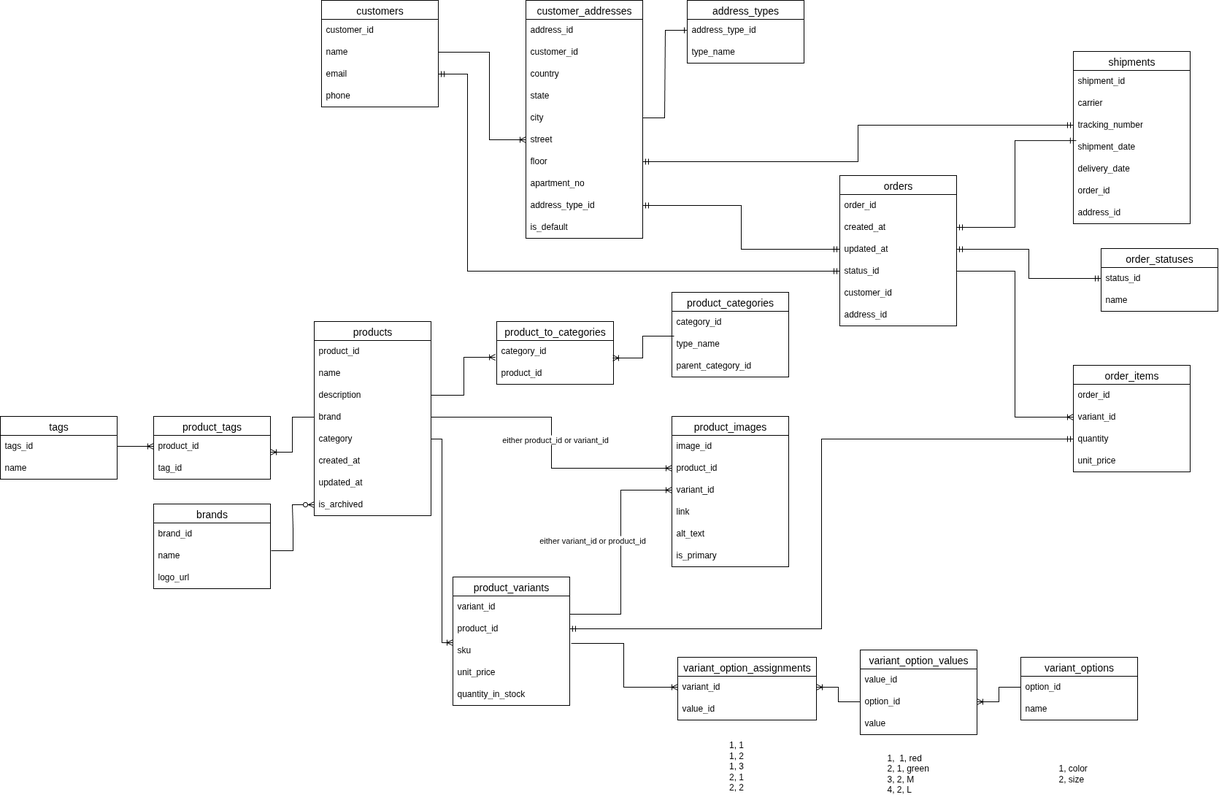
Before: diagrams/my-store-db.drawio.png, a diagram exported from draw.io (venelinpetrov/db-my-store). Source tidied: cells renumbered, new cells last; positions are measured from the earlier drawing's top-left corner, leaving out a move shared by most shapes.
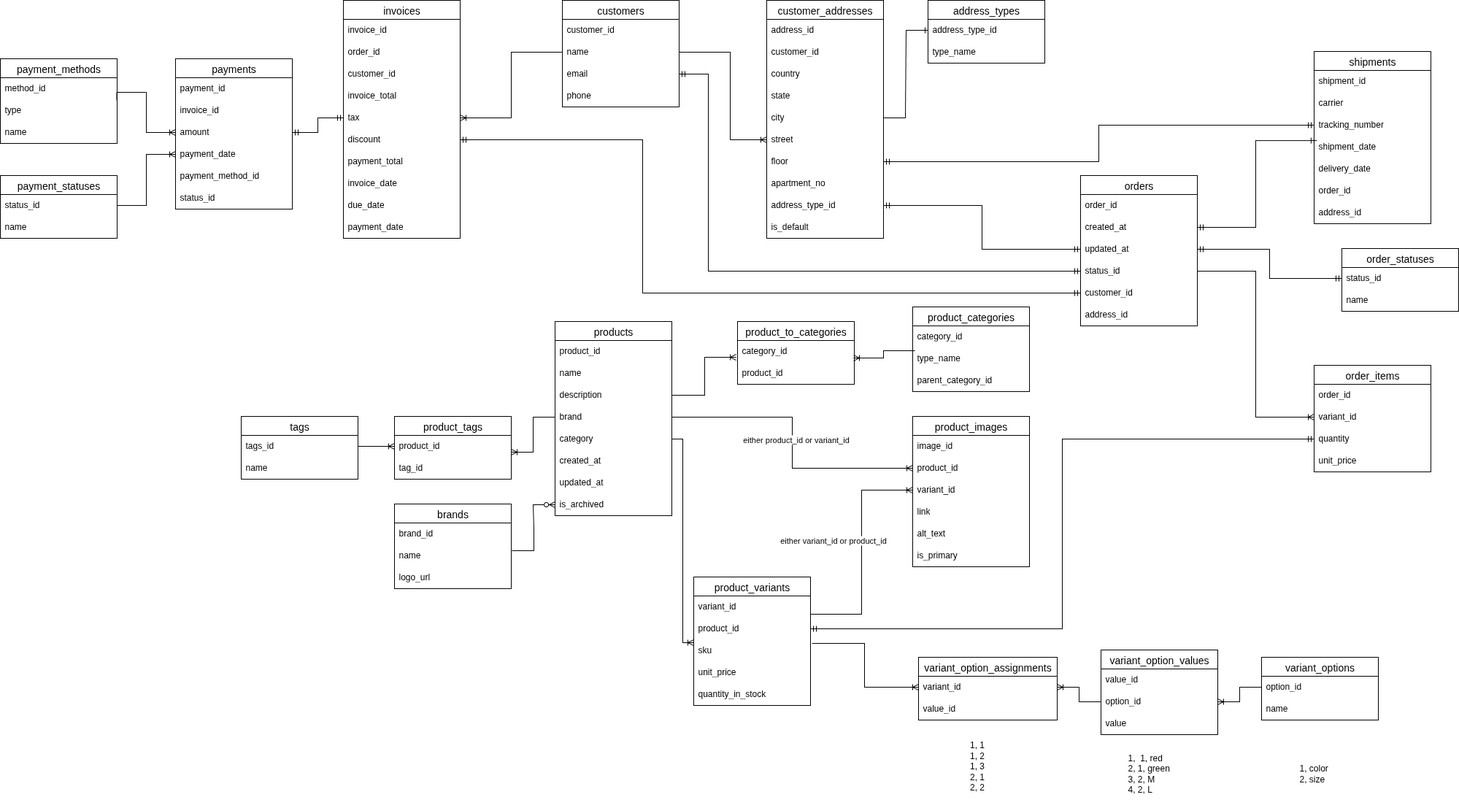
After the commit.

Commit message:
Add payments and invoices

Diff of the diagram source:
```diff
@@ -216,7 +216,7 @@
       <mxGeometry x="988" y="1006" width="40" height="100" as="geometry" />
     </mxCell>
     <mxCell id="70" value="product_categories" style="swimlane;fontStyle=0;horizontal=1;startSize=26;align=center;fontSize=14;" parent="1" vertex="1">
-      <mxGeometry x="920" y="400" width="160" height="116" as="geometry" />
+      <mxGeometry x="920" y="420" width="160" height="116" as="geometry" />
     </mxCell>
     <mxCell id="71" value="category_id" style="text;strokeColor=none;fillColor=none;spacingLeft=4;spacingRight=4;overflow=hidden;fontSize=12;whiteSpace=wrap;html=1;" parent="70" vertex="1">
       <mxGeometry y="26" width="160" height="30" as="geometry" />
@@ -371,5 +371,100 @@
     <mxCell id="117" style="edgeStyle=entityRelationEdgeStyle;fontSize=12;html=1;endArrow=ERoneToMany;rounded=0;entryX=0;entryY=0.5;entryDx=0;entryDy=0;exitX=1;exitY=0.5;exitDx=0;exitDy=0;" parent="1" edge="1" source="114" target="111">
       <mxGeometry relative="1" as="geometry" />
     </mxCell>
+    <mxCell id="118" value="invoices" style="swimlane;fontStyle=0;horizontal=1;startSize=26;align=center;fontSize=14;" parent="1" vertex="1">
+      <mxGeometry x="140" width="160" height="326" as="geometry" />
+    </mxCell>
+    <mxCell id="119" value="invoice_id" style="text;strokeColor=none;fillColor=none;spacingLeft=4;spacingRight=4;overflow=hidden;fontSize=12;whiteSpace=wrap;html=1;" parent="118" vertex="1">
+      <mxGeometry y="26" width="160" height="30" as="geometry" />
+    </mxCell>
+    <mxCell id="120" value="order_id" style="text;strokeColor=none;fillColor=none;spacingLeft=4;spacingRight=4;overflow=hidden;fontSize=12;whiteSpace=wrap;html=1;" parent="118" vertex="1">
+      <mxGeometry y="56" width="160" height="30" as="geometry" />
+    </mxCell>
+    <mxCell id="121" value="customer_id" style="text;strokeColor=none;fillColor=none;spacingLeft=4;spacingRight=4;overflow=hidden;fontSize=12;whiteSpace=wrap;html=1;" parent="118" vertex="1">
+      <mxGeometry y="86" width="160" height="30" as="geometry" />
+    </mxCell>
+    <mxCell id="122" value="invoice_total" style="text;strokeColor=none;fillColor=none;spacingLeft=4;spacingRight=4;overflow=hidden;fontSize=12;whiteSpace=wrap;html=1;" parent="118" vertex="1">
+      <mxGeometry y="116" width="160" height="30" as="geometry" />
+    </mxCell>
+    <mxCell id="123" value="tax" style="text;strokeColor=none;fillColor=none;spacingLeft=4;spacingRight=4;overflow=hidden;points=[[0,0.5],[1,0.5]];portConstraint=eastwest;fontSize=12;whiteSpace=wrap;html=1;" parent="118" vertex="1">
+      <mxGeometry y="146" width="160" height="30" as="geometry" />
+    </mxCell>
+    <mxCell id="124" value="discount" style="text;strokeColor=none;fillColor=none;spacingLeft=4;spacingRight=4;overflow=hidden;points=[[0,0.5],[1,0.5]];portConstraint=eastwest;fontSize=12;whiteSpace=wrap;html=1;" parent="118" vertex="1">
+      <mxGeometry y="176" width="160" height="30" as="geometry" />
+    </mxCell>
+    <mxCell id="125" value="payment_total" style="text;strokeColor=none;fillColor=none;spacingLeft=4;spacingRight=4;overflow=hidden;fontSize=12;whiteSpace=wrap;html=1;" parent="118" vertex="1">
+      <mxGeometry y="206" width="160" height="30" as="geometry" />
+    </mxCell>
+    <mxCell id="126" value="invoice_date" style="text;strokeColor=none;fillColor=none;spacingLeft=4;spacingRight=4;overflow=hidden;fontSize=12;whiteSpace=wrap;html=1;" parent="118" vertex="1">
+      <mxGeometry y="236" width="160" height="30" as="geometry" />
+    </mxCell>
+    <mxCell id="127" value="due_date" style="text;strokeColor=none;fillColor=none;spacingLeft=4;spacingRight=4;overflow=hidden;fontSize=12;whiteSpace=wrap;html=1;" parent="118" vertex="1">
+      <mxGeometry y="266" width="160" height="30" as="geometry" />
+    </mxCell>
+    <mxCell id="128" value="payment_date" style="text;strokeColor=none;fillColor=none;spacingLeft=4;spacingRight=4;overflow=hidden;fontSize=12;whiteSpace=wrap;html=1;" parent="118" vertex="1">
+      <mxGeometry y="296" width="160" height="30" as="geometry" />
+    </mxCell>
+    <mxCell id="129" style="edgeStyle=orthogonalEdgeStyle;fontSize=12;html=1;endArrow=ERoneToMany;rounded=0;exitX=0;exitY=0.5;exitDx=0;exitDy=0;" parent="1" edge="1" source="4" target="123">
+      <mxGeometry relative="1" as="geometry" />
+    </mxCell>
+    <mxCell id="130" style="edgeStyle=orthogonalEdgeStyle;fontSize=12;html=1;endArrow=ERmandOne;startArrow=ERmandOne;rounded=0;entryX=0;entryY=0.5;entryDx=0;entryDy=0;exitX=1;exitY=0.5;exitDx=0;exitDy=0;" parent="1" edge="1" source="124" target="83">
+      <mxGeometry relative="1" as="geometry">
+        <Array as="points">
+          <mxPoint x="550" y="191" />
+          <mxPoint x="550" y="401" />
+        </Array>
+      </mxGeometry>
+    </mxCell>
+    <mxCell id="131" value="payments" style="swimlane;fontStyle=0;horizontal=1;startSize=26;align=center;fontSize=14;" parent="1" vertex="1">
+      <mxGeometry x="-90" y="80" width="160" height="206" as="geometry" />
+    </mxCell>
+    <mxCell id="132" value="payment_id" style="text;strokeColor=none;fillColor=none;spacingLeft=4;spacingRight=4;overflow=hidden;fontSize=12;whiteSpace=wrap;html=1;" parent="131" vertex="1">
+      <mxGeometry y="26" width="160" height="30" as="geometry" />
+    </mxCell>
+    <mxCell id="133" value="invoice_id" style="text;strokeColor=none;fillColor=none;spacingLeft=4;spacingRight=4;overflow=hidden;fontSize=12;whiteSpace=wrap;html=1;" parent="131" vertex="1">
+      <mxGeometry y="56" width="160" height="30" as="geometry" />
+    </mxCell>
+    <mxCell id="134" value="&lt;div&gt;amount&lt;/div&gt;" style="text;strokeColor=none;fillColor=none;spacingLeft=4;spacingRight=4;overflow=hidden;points=[[0,0.5],[1,0.5]];portConstraint=eastwest;fontSize=12;whiteSpace=wrap;html=1;" parent="131" vertex="1">
+      <mxGeometry y="86" width="160" height="30" as="geometry" />
+    </mxCell>
+    <mxCell id="135" value="payment_date" style="text;strokeColor=none;fillColor=none;spacingLeft=4;spacingRight=4;overflow=hidden;points=[[0,0.5],[1,0.5]];portConstraint=eastwest;fontSize=12;whiteSpace=wrap;html=1;" parent="131" vertex="1">
+      <mxGeometry y="116" width="160" height="30" as="geometry" />
+    </mxCell>
+    <mxCell id="136" value="payment_method_id" style="text;strokeColor=none;fillColor=none;spacingLeft=4;spacingRight=4;overflow=hidden;fontSize=12;whiteSpace=wrap;html=1;" parent="131" vertex="1">
+      <mxGeometry y="146" width="160" height="30" as="geometry" />
+    </mxCell>
+    <mxCell id="137" value="status_id" style="text;strokeColor=none;fillColor=none;spacingLeft=4;spacingRight=4;overflow=hidden;fontSize=12;whiteSpace=wrap;html=1;" parent="131" vertex="1">
+      <mxGeometry y="176" width="160" height="30" as="geometry" />
+    </mxCell>
+    <mxCell id="138" value="payment_statuses" style="swimlane;fontStyle=0;horizontal=1;startSize=26;align=center;fontSize=14;" parent="1" vertex="1">
+      <mxGeometry x="-330" y="240" width="160" height="86" as="geometry" />
+    </mxCell>
+    <mxCell id="139" value="status_id" style="text;strokeColor=none;fillColor=none;spacingLeft=4;spacingRight=4;overflow=hidden;points=[[0,0.5],[1,0.5]];portConstraint=eastwest;fontSize=12;whiteSpace=wrap;html=1;" parent="138" vertex="1">
+      <mxGeometry y="26" width="160" height="30" as="geometry" />
+    </mxCell>
+    <mxCell id="140" value="name" style="text;strokeColor=none;fillColor=none;spacingLeft=4;spacingRight=4;overflow=hidden;fontSize=12;whiteSpace=wrap;html=1;" parent="138" vertex="1">
+      <mxGeometry y="56" width="160" height="30" as="geometry" />
+    </mxCell>
+    <mxCell id="141" value="payment_methods" style="swimlane;fontStyle=0;horizontal=1;startSize=26;align=center;fontSize=14;" parent="1" vertex="1">
+      <mxGeometry x="-330" y="80" width="160" height="116" as="geometry" />
+    </mxCell>
+    <mxCell id="142" value="method_id" style="text;strokeColor=none;fillColor=none;spacingLeft=4;spacingRight=4;overflow=hidden;fontSize=12;whiteSpace=wrap;html=1;" parent="141" vertex="1">
+      <mxGeometry y="26" width="160" height="30" as="geometry" />
+    </mxCell>
+    <mxCell id="143" value="type" style="text;strokeColor=none;fillColor=none;spacingLeft=4;spacingRight=4;overflow=hidden;points=[[0,0.5],[1,0.5]];portConstraint=eastwest;fontSize=12;whiteSpace=wrap;html=1;" parent="141" vertex="1">
+      <mxGeometry y="56" width="160" height="30" as="geometry" />
+    </mxCell>
+    <mxCell id="144" value="name" style="text;strokeColor=none;fillColor=none;spacingLeft=4;spacingRight=4;overflow=hidden;fontSize=12;whiteSpace=wrap;html=1;" parent="141" vertex="1">
+      <mxGeometry y="86" width="160" height="30" as="geometry" />
+    </mxCell>
+    <mxCell id="145" style="edgeStyle=orthogonalEdgeStyle;fontSize=12;html=1;endArrow=ERmandOne;startArrow=ERmandOne;rounded=0;entryX=0;entryY=0.5;entryDx=0;entryDy=0;" parent="1" edge="1" source="134" target="123">
+      <mxGeometry relative="1" as="geometry" />
+    </mxCell>
+    <mxCell id="146" style="edgeStyle=orthogonalEdgeStyle;fontSize=12;html=1;endArrow=ERoneToMany;rounded=0;exitX=0.997;exitY=0.031;exitDx=0;exitDy=0;exitPerimeter=0;" parent="1" edge="1" source="143" target="134">
+      <mxGeometry relative="1" as="geometry" />
+    </mxCell>
+    <mxCell id="147" style="edgeStyle=orthogonalEdgeStyle;fontSize=12;html=1;endArrow=ERoneToMany;rounded=0;entryX=0;entryY=0.5;entryDx=0;entryDy=0;exitX=1;exitY=0.5;exitDx=0;exitDy=0;" parent="1" edge="1" source="139" target="135">
+      <mxGeometry relative="1" as="geometry" />
+    </mxCell>
   </root>
 </mxGraphModel>
```
